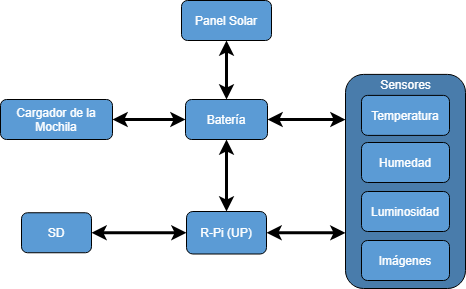
Before: Informe/Ingenieria de Detalle/ImagenesIngenieria de Detalle/DiagramaHardware.png, a diagram exported from draw.io (tlondero/Dise-o). Source tidied: cells renumbered, new cells last; positions are measured from the earlier drawing's top-left corner, leaving out a move shared by most shapes. Source of this version:
```xml
<mxGraphModel>
  <root>
    <mxCell id="0" />
    <mxCell id="1" parent="0" />
    <mxCell id="2" style="rounded=1;whiteSpace=wrap;html=1;fillColor=#497CAB;" parent="1" vertex="1">
      <mxGeometry x="345" y="73.9" width="120" height="214.1" as="geometry" />
    </mxCell>
    <mxCell id="3" style="edgeStyle=orthogonalEdgeStyle;rounded=0;jettySize=auto;html=1;entryX=0;entryY=0.74;entryDx=0;entryDy=0;entryPerimeter=0;startArrow=classic;startFill=1;strokeWidth=3;" parent="1" edge="1" source="4" target="2">
      <mxGeometry relative="1" as="geometry" />
    </mxCell>
    <mxCell id="4" value="&lt;font color=&quot;#FFFFFF&quot;&gt;R-Pi (UP)&lt;/font&gt;" style="rounded=1;whiteSpace=wrap;html=1;fillColor=#5B9BD5;" parent="1" vertex="1">
      <mxGeometry x="186" y="211" width="80" height="42.5" as="geometry" />
    </mxCell>
    <mxCell id="5" style="edgeStyle=orthogonalEdgeStyle;rounded=0;jettySize=auto;html=1;startArrow=classic;startFill=1;strokeWidth=3;" parent="1" edge="1" source="6" target="4">
      <mxGeometry relative="1" as="geometry" />
    </mxCell>
    <mxCell id="6" value="&lt;font color=&quot;#ffffff&quot;&gt;SD&lt;/font&gt;" style="rounded=1;whiteSpace=wrap;html=1;fillColor=#5B9BD5;" parent="1" vertex="1">
      <mxGeometry x="21" y="212.2" width="70" height="40" as="geometry" />
    </mxCell>
    <mxCell id="7" style="edgeStyle=orthogonalEdgeStyle;rounded=0;jettySize=auto;html=1;startArrow=classic;startFill=1;strokeWidth=3;" parent="1" edge="1" source="9" target="4">
      <mxGeometry relative="1" as="geometry" />
    </mxCell>
    <mxCell id="8" style="edgeStyle=orthogonalEdgeStyle;rounded=0;jettySize=auto;html=1;entryX=0;entryY=0.211;entryDx=0;entryDy=0;entryPerimeter=0;startArrow=classic;startFill=1;strokeWidth=3;" parent="1" edge="1" source="9" target="2">
      <mxGeometry relative="1" as="geometry" />
    </mxCell>
    <mxCell id="9" value="&lt;font color=&quot;#ffffff&quot;&gt;Batería&lt;/font&gt;" style="rounded=1;whiteSpace=wrap;html=1;fillColor=#5B9BD5;" parent="1" vertex="1">
      <mxGeometry x="185" y="99" width="82" height="40" as="geometry" />
    </mxCell>
    <mxCell id="10" style="edgeStyle=orthogonalEdgeStyle;rounded=0;jettySize=auto;html=1;startArrow=classic;startFill=1;strokeWidth=3;" parent="1" edge="1" source="11" target="9">
      <mxGeometry relative="1" as="geometry" />
    </mxCell>
    <mxCell id="11" value="&lt;font color=&quot;#ffffff&quot;&gt;Panel Solar&lt;/font&gt;" style="rounded=1;whiteSpace=wrap;html=1;fillColor=#5B9BD5;" parent="1" vertex="1">
      <mxGeometry x="181" width="90" height="40" as="geometry" />
    </mxCell>
    <mxCell id="12" style="edgeStyle=orthogonalEdgeStyle;rounded=0;jettySize=auto;html=1;startArrow=classic;startFill=1;strokeWidth=3;" parent="1" edge="1" source="13" target="9">
      <mxGeometry relative="1" as="geometry" />
    </mxCell>
    <mxCell id="13" value="&lt;font color=&quot;#ffffff&quot;&gt;Cargador de la Mochila&lt;/font&gt;" style="rounded=1;whiteSpace=wrap;html=1;fillColor=#5B9BD5;" parent="1" vertex="1">
      <mxGeometry y="99" width="112" height="40" as="geometry" />
    </mxCell>
    <mxCell id="14" value="&lt;font color=&quot;#FFFFFF&quot;&gt;&lt;span style=&quot;background-color: transparent&quot;&gt;Sensores&lt;/span&gt;&lt;/font&gt;" style="text;html=1;align=center;verticalAlign=middle;strokeColor=none;shadow=0;rounded=0;" parent="1" vertex="1">
      <mxGeometry x="370" y="73.9" width="70" height="20" as="geometry" />
    </mxCell>
    <mxCell id="15" value="&lt;font color=&quot;#FFFFFF&quot;&gt;Temperatura&lt;/font&gt;" style="rounded=1;whiteSpace=wrap;html=1;fillColor=#5B9BD5;" parent="1" vertex="1">
      <mxGeometry x="361" y="94.9" width="88" height="40" as="geometry" />
    </mxCell>
    <mxCell id="16" value="&lt;font color=&quot;#FFFFFF&quot;&gt;Humedad&lt;/font&gt;" style="rounded=1;whiteSpace=wrap;html=1;fillColor=#5B9BD5;" parent="1" vertex="1">
      <mxGeometry x="361" y="142" width="88" height="40" as="geometry" />
    </mxCell>
    <mxCell id="17" value="&lt;font color=&quot;#FFFFFF&quot;&gt;Luminosidad&lt;/font&gt;" style="rounded=1;whiteSpace=wrap;html=1;fillColor=#5B9BD5;" parent="1" vertex="1">
      <mxGeometry x="361" y="191" width="88" height="40" as="geometry" />
    </mxCell>
    <mxCell id="18" value="&lt;font color=&quot;#FFFFFF&quot;&gt;Imágenes&lt;/font&gt;" style="rounded=1;whiteSpace=wrap;html=1;fillColor=#5B9BD5;" parent="1" vertex="1">
      <mxGeometry x="361" y="240" width="88" height="40" as="geometry" />
    </mxCell>
  </root>
</mxGraphModel>
```
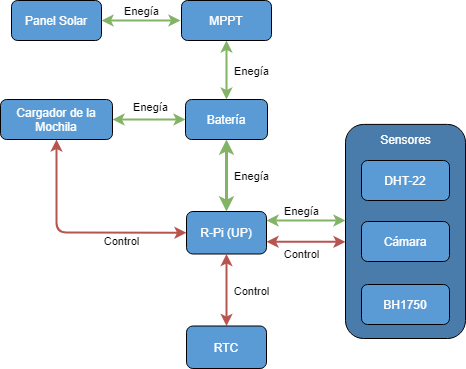
After the change.

Diff of the diagram source:
```diff
@@ -2,56 +2,120 @@
   <root>
     <mxCell id="0" />
     <mxCell id="1" parent="0" />
-    <mxCell id="2" style="rounded=1;whiteSpace=wrap;html=1;fillColor=#497CAB;" parent="1" vertex="1">
-      <mxGeometry x="345" y="73.9" width="120" height="214.1" as="geometry" />
-    </mxCell>
-    <mxCell id="3" style="edgeStyle=orthogonalEdgeStyle;rounded=0;jettySize=auto;html=1;entryX=0;entryY=0.74;entryDx=0;entryDy=0;entryPerimeter=0;startArrow=classic;startFill=1;strokeWidth=3;" parent="1" edge="1" source="4" target="2">
-      <mxGeometry relative="1" as="geometry" />
-    </mxCell>
+    <mxCell id="19" style="rounded=1;whiteSpace=wrap;html=1;fillColor=#497CAB;" parent="1" vertex="1">
+      <mxGeometry x="345" y="123.9" width="120" height="214.1" as="geometry" />
+    </mxCell>
+    <mxCell id="20" style="edgeStyle=orthogonalEdgeStyle;rounded=0;orthogonalLoop=1;jettySize=auto;html=1;entryX=0;entryY=0.74;entryDx=0;entryDy=0;entryPerimeter=0;startArrow=classic;startFill=1;strokeWidth=2;fillColor=#f8cecc;strokeColor=#b85450;" parent="1" edge="1">
+      <mxGeometry relative="1" as="geometry">
+        <mxPoint x="266" y="241.3" as="sourcePoint" />
+        <mxPoint x="345" y="241.3" as="targetPoint" />
+      </mxGeometry>
+    </mxCell>
+    <mxCell id="21" value="Control" style="edgeLabel;html=1;align=center;verticalAlign=middle;labelBackgroundColor=none;" parent="20" vertex="1">
+      <mxGeometry x="0.27" y="1" relative="1" as="geometry">
+        <mxPoint x="-16" y="13" as="offset" />
+      </mxGeometry>
+    </mxCell>
+    <mxCell id="22" value="Control" style="edgeLabel;html=1;align=center;verticalAlign=middle;labelBackgroundColor=none;" parent="20" vertex="1">
+      <mxGeometry x="0.27" y="1" relative="1" as="geometry">
+        <mxPoint x="-66" y="50" as="offset" />
+      </mxGeometry>
+    </mxCell>
+    <mxCell id="23" value="Control" style="edgeLabel;html=1;align=center;verticalAlign=middle;labelBackgroundColor=none;" parent="20" vertex="1">
+      <mxGeometry x="0.27" y="1" relative="1" as="geometry">
+        <mxPoint x="-196" as="offset" />
+      </mxGeometry>
+    </mxCell>
     <mxCell id="4" value="&lt;font color=&quot;#FFFFFF&quot;&gt;R-Pi (UP)&lt;/font&gt;" style="rounded=1;whiteSpace=wrap;html=1;fillColor=#5B9BD5;" parent="1" vertex="1">
       <mxGeometry x="186" y="211" width="80" height="42.5" as="geometry" />
     </mxCell>
-    <mxCell id="5" style="edgeStyle=orthogonalEdgeStyle;rounded=0;jettySize=auto;html=1;startArrow=classic;startFill=1;strokeWidth=3;" parent="1" edge="1" source="6" target="4">
-      <mxGeometry relative="1" as="geometry" />
-    </mxCell>
-    <mxCell id="6" value="&lt;font color=&quot;#ffffff&quot;&gt;SD&lt;/font&gt;" style="rounded=1;whiteSpace=wrap;html=1;fillColor=#5B9BD5;" parent="1" vertex="1">
-      <mxGeometry x="21" y="212.2" width="70" height="40" as="geometry" />
-    </mxCell>
-    <mxCell id="7" style="edgeStyle=orthogonalEdgeStyle;rounded=0;jettySize=auto;html=1;startArrow=classic;startFill=1;strokeWidth=3;" parent="1" edge="1" source="9" target="4">
+    <mxCell id="7" style="edgeStyle=orthogonalEdgeStyle;rounded=0;jettySize=auto;html=1;startArrow=classic;startFill=1;strokeWidth=3;fillColor=#d5e8d4;strokeColor=#82b366;" parent="1" edge="1" source="9" target="4">
       <mxGeometry relative="1" as="geometry" />
     </mxCell>
-    <mxCell id="8" style="edgeStyle=orthogonalEdgeStyle;rounded=0;jettySize=auto;html=1;entryX=0;entryY=0.211;entryDx=0;entryDy=0;entryPerimeter=0;startArrow=classic;startFill=1;strokeWidth=3;" parent="1" edge="1" source="9" target="2">
-      <mxGeometry relative="1" as="geometry" />
-    </mxCell>
     <mxCell id="9" value="&lt;font color=&quot;#ffffff&quot;&gt;Batería&lt;/font&gt;" style="rounded=1;whiteSpace=wrap;html=1;fillColor=#5B9BD5;" parent="1" vertex="1">
       <mxGeometry x="185" y="99" width="82" height="40" as="geometry" />
     </mxCell>
-    <mxCell id="10" style="edgeStyle=orthogonalEdgeStyle;rounded=0;jettySize=auto;html=1;startArrow=classic;startFill=1;strokeWidth=3;" parent="1" edge="1" source="11" target="9">
-      <mxGeometry relative="1" as="geometry" />
-    </mxCell>
-    <mxCell id="11" value="&lt;font color=&quot;#ffffff&quot;&gt;Panel Solar&lt;/font&gt;" style="rounded=1;whiteSpace=wrap;html=1;fillColor=#5B9BD5;" parent="1" vertex="1">
-      <mxGeometry x="181" width="90" height="40" as="geometry" />
-    </mxCell>
+    <mxCell id="24" style="edgeStyle=orthogonalEdgeStyle;rounded=0;jettySize=auto;html=1;startArrow=classic;startFill=1;strokeWidth=2;fillColor=#d5e8d4;strokeColor=#82b366;" parent="1" edge="1" source="25" target="9">
+      <mxGeometry relative="1" as="geometry" />
+    </mxCell>
+    <mxCell id="25" value="&lt;font color=&quot;#ffffff&quot;&gt;MPPT&lt;/font&gt;" style="rounded=1;whiteSpace=wrap;html=1;fillColor=#5B9BD5;" parent="1" vertex="1">
+      <mxGeometry x="181" width="90" height="40" as="geometry" />
+    </mxCell>
-    <mxCell id="12" style="edgeStyle=orthogonalEdgeStyle;rounded=0;jettySize=auto;html=1;startArrow=classic;startFill=1;strokeWidth=3;" parent="1" edge="1" source="13" target="9">
+    <mxCell id="12" style="edgeStyle=orthogonalEdgeStyle;rounded=0;jettySize=auto;html=1;startArrow=classic;startFill=1;strokeWidth=2;fillColor=#d5e8d4;strokeColor=#82b366;" parent="1" edge="1" source="13" target="9">
       <mxGeometry relative="1" as="geometry" />
     </mxCell>
+    <mxCell id="26" value="Enegía" style="edgeLabel;html=1;align=center;verticalAlign=middle;labelBackgroundColor=none;" parent="12" vertex="1">
+      <mxGeometry x="0.16" y="-1" relative="1" as="geometry">
+        <mxPoint x="-5" y="-14" as="offset" />
+      </mxGeometry>
+    </mxCell>
+    <mxCell id="27" value="Enegía" style="edgeLabel;html=1;align=center;verticalAlign=middle;labelBackgroundColor=none;" parent="12" vertex="1">
+      <mxGeometry x="0.16" y="-1" relative="1" as="geometry">
+        <mxPoint x="-14" y="-110" as="offset" />
+      </mxGeometry>
+    </mxCell>
+    <mxCell id="28" value="Enegía" style="edgeLabel;html=1;align=center;verticalAlign=middle;labelBackgroundColor=none;" parent="12" vertex="1">
+      <mxGeometry x="0.16" y="-1" relative="1" as="geometry">
+        <mxPoint x="96" y="-50" as="offset" />
+      </mxGeometry>
+    </mxCell>
+    <mxCell id="29" value="Enegía" style="edgeLabel;html=1;align=center;verticalAlign=middle;labelBackgroundColor=none;" parent="12" vertex="1">
+      <mxGeometry x="0.16" y="-1" relative="1" as="geometry">
+        <mxPoint x="96" y="55" as="offset" />
+      </mxGeometry>
+    </mxCell>
+    <mxCell id="30" value="Enegía" style="edgeLabel;html=1;align=center;verticalAlign=middle;labelBackgroundColor=none;" parent="12" vertex="1">
+      <mxGeometry x="0.16" y="-1" relative="1" as="geometry">
+        <mxPoint x="146" y="90" as="offset" />
+      </mxGeometry>
+    </mxCell>
     <mxCell id="13" value="&lt;font color=&quot;#ffffff&quot;&gt;Cargador de la Mochila&lt;/font&gt;" style="rounded=1;whiteSpace=wrap;html=1;fillColor=#5B9BD5;" parent="1" vertex="1">
       <mxGeometry y="99" width="112" height="40" as="geometry" />
     </mxCell>
     <mxCell id="14" value="&lt;font color=&quot;#FFFFFF&quot;&gt;&lt;span style=&quot;background-color: transparent&quot;&gt;Sensores&lt;/span&gt;&lt;/font&gt;" style="text;html=1;align=center;verticalAlign=middle;strokeColor=none;shadow=0;rounded=0;" parent="1" vertex="1">
-      <mxGeometry x="370" y="73.9" width="70" height="20" as="geometry" />
+      <mxGeometry x="370" y="128.9" width="70" height="20" as="geometry" />
     </mxCell>
-    <mxCell id="15" value="&lt;font color=&quot;#FFFFFF&quot;&gt;Temperatura&lt;/font&gt;" style="rounded=1;whiteSpace=wrap;html=1;fillColor=#5B9BD5;" parent="1" vertex="1">
-      <mxGeometry x="361" y="94.9" width="88" height="40" as="geometry" />
-    </mxCell>
-    <mxCell id="16" value="&lt;font color=&quot;#FFFFFF&quot;&gt;Humedad&lt;/font&gt;" style="rounded=1;whiteSpace=wrap;html=1;fillColor=#5B9BD5;" parent="1" vertex="1">
-      <mxGeometry x="361" y="142" width="88" height="40" as="geometry" />
-    </mxCell>
-    <mxCell id="17" value="&lt;font color=&quot;#FFFFFF&quot;&gt;Luminosidad&lt;/font&gt;" style="rounded=1;whiteSpace=wrap;html=1;fillColor=#5B9BD5;" parent="1" vertex="1">
-      <mxGeometry x="361" y="191" width="88" height="40" as="geometry" />
-    </mxCell>
-    <mxCell id="18" value="&lt;font color=&quot;#FFFFFF&quot;&gt;Imágenes&lt;/font&gt;" style="rounded=1;whiteSpace=wrap;html=1;fillColor=#5B9BD5;" parent="1" vertex="1">
-      <mxGeometry x="361" y="240" width="88" height="40" as="geometry" />
-    </mxCell>
+    <mxCell id="31" value="&lt;font color=&quot;#FFFFFF&quot;&gt;DHT-22&lt;/font&gt;" style="rounded=1;whiteSpace=wrap;html=1;fillColor=#5B9BD5;" parent="1" vertex="1">
+      <mxGeometry x="361" y="160" width="88" height="40" as="geometry" />
+    </mxCell>
+    <mxCell id="32" value="&lt;font color=&quot;#FFFFFF&quot;&gt;Cámara&lt;/font&gt;" style="rounded=1;whiteSpace=wrap;html=1;fillColor=#5B9BD5;" parent="1" vertex="1">
+      <mxGeometry x="361" y="221" width="88" height="40" as="geometry" />
+    </mxCell>
+    <mxCell id="33" value="&lt;font color=&quot;#FFFFFF&quot;&gt;BH1750&lt;/font&gt;" style="rounded=1;whiteSpace=wrap;html=1;fillColor=#5B9BD5;" parent="1" vertex="1">
+      <mxGeometry x="361" y="284" width="88" height="40" as="geometry" />
+    </mxCell>
+    <mxCell id="34" style="edgeStyle=orthogonalEdgeStyle;rounded=0;jettySize=auto;html=1;startArrow=classic;startFill=1;strokeWidth=2;fillColor=#d5e8d4;strokeColor=#82b366;" parent="1" edge="1" source="11">
+      <mxGeometry relative="1" as="geometry">
+        <mxPoint x="180" y="20" as="targetPoint" />
+      </mxGeometry>
+    </mxCell>
+    <mxCell id="11" value="&lt;font color=&quot;#ffffff&quot;&gt;Panel Solar&lt;/font&gt;" style="rounded=1;whiteSpace=wrap;html=1;fillColor=#5B9BD5;" parent="1" vertex="1">
+      <mxGeometry x="11" width="90" height="40" as="geometry" />
+    </mxCell>
+    <mxCell id="35" style="endArrow=classic;startArrow=classic;html=1;entryX=0.5;entryY=1;entryDx=0;entryDy=0;exitX=0;exitY=0.5;exitDx=0;exitDy=0;rounded=1;strokeWidth=2;fillColor=#f8cecc;strokeColor=#b85450;" parent="1" edge="1" source="4" target="13">
+      <mxGeometry relative="1" as="geometry">
+        <Array as="points">
+          <mxPoint x="56" y="232" />
+        </Array>
+      </mxGeometry>
+    </mxCell>
+    <mxCell id="36" style="edgeStyle=orthogonalEdgeStyle;rounded=0;jettySize=auto;html=1;startArrow=classic;startFill=1;strokeWidth=2;fillColor=#f8cecc;strokeColor=#b85450;" parent="1" edge="1" target="37">
+      <mxGeometry relative="1" as="geometry">
+        <mxPoint x="226" y="253.5" as="sourcePoint" />
+      </mxGeometry>
+    </mxCell>
+    <mxCell id="37" value="&lt;font color=&quot;#FFFFFF&quot;&gt;RTC&lt;/font&gt;" style="rounded=1;whiteSpace=wrap;html=1;fillColor=#5B9BD5;" parent="1" vertex="1">
+      <mxGeometry x="186" y="325.5" width="80" height="42.5" as="geometry" />
+    </mxCell>
+    <mxCell id="38" style="edgeStyle=orthogonalEdgeStyle;rounded=0;orthogonalLoop=1;jettySize=auto;html=1;entryX=0;entryY=0.74;entryDx=0;entryDy=0;entryPerimeter=0;startArrow=classic;startFill=1;strokeWidth=2;fillColor=#d5e8d4;strokeColor=#82b366;" parent="1" edge="1">
+      <mxGeometry relative="1" as="geometry">
+        <mxPoint x="266" y="220" as="sourcePoint" />
+        <mxPoint x="345" y="220.1" as="targetPoint" />
+        <Array as="points">
+          <mxPoint x="330" y="220" />
+          <mxPoint x="330" y="220" />
+        </Array>
+      </mxGeometry>
+    </mxCell>
   </root>
 </mxGraphModel>
```
